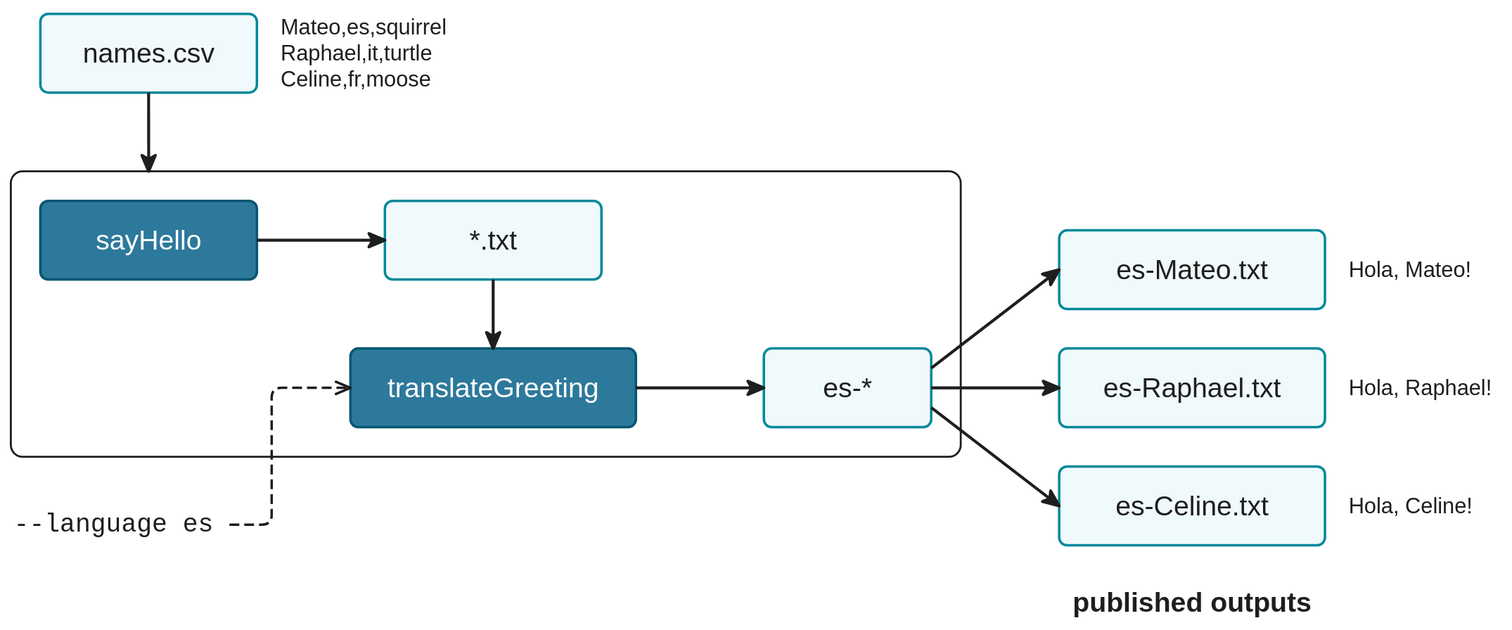
This is docs/en/docs/hello_nextflow/img/hello-multistep-language.drawio.svg from nextflow-io/training, a draw.io export, as it was before one commit. Source tidied: cells renumbered, new cells last; positions are measured from the earlier drawing's top-left corner, leaving out a move shared by most shapes. Its diagram source:
```xml
<mxGraphModel background="#ffffff">
  <root>
    <mxCell id="0" />
    <mxCell id="1" parent="0" />
    <mxCell id="2" style="rounded=1;absoluteArcSize=1;arcSize=24;whiteSpace=nowrap;html=0;fillColor=none;strokeColor=#1e1e1e;strokeWidth=2;" parent="1" vertex="1">
      <mxGeometry x="1" y="164" width="965" height="290" as="geometry" />
    </mxCell>
    <mxCell id="3" value="sayHello" style="rounded=1;absoluteArcSize=1;arcSize=16;whiteSpace=nowrap;html=0;fontFamily=Helvetica;fontSize=28;fillColor=#2d799b;strokeColor=#055672;fontColor=#ffffff;strokeWidth=2.5;" parent="2" vertex="1">
      <mxGeometry x="30" y="30" width="220" height="80" as="geometry" />
    </mxCell>
    <mxCell id="4" value="*.txt" style="rounded=1;absoluteArcSize=1;arcSize=16;whiteSpace=nowrap;html=0;fontFamily=Helvetica;fontSize=28;fillColor=#f0f9fb;strokeColor=#02899a;fontColor=#1e1e1e;strokeWidth=2.5;" parent="2" vertex="1">
      <mxGeometry x="380" y="30" width="220" height="80" as="geometry" />
    </mxCell>
    <mxCell id="5" value="translateGreeting" style="rounded=1;absoluteArcSize=1;arcSize=16;whiteSpace=nowrap;html=0;fontFamily=Helvetica;fontSize=28;fillColor=#2d799b;strokeColor=#055672;fontColor=#ffffff;strokeWidth=2.5;" parent="2" vertex="1">
      <mxGeometry x="345" y="180" width="290" height="80" as="geometry" />
    </mxCell>
    <mxCell id="6" value="es-*" style="rounded=1;absoluteArcSize=1;arcSize=16;whiteSpace=nowrap;html=0;fontFamily=Helvetica;fontSize=28;fillColor=#f0f9fb;strokeColor=#02899a;fontColor=#1e1e1e;strokeWidth=2.5;" parent="2" vertex="1">
      <mxGeometry x="765" y="180" width="170" height="80" as="geometry" />
    </mxCell>
    <mxCell id="7" style="edgeStyle=none;html=0;endArrow=classic;endFill=1;strokeColor=#1e1e1e;exitX=0.5;exitY=1;exitDx=0;exitDy=0;entryY=0;entryDy=0;entryDx=0;entryX=0.5;strokeWidth=3;endSize=12;" parent="2" edge="1" source="4" target="5">
      <mxGeometry relative="1" as="geometry" />
    </mxCell>
    <mxCell id="8" style="edgeStyle=none;html=0;endArrow=classic;endFill=1;strokeColor=#1e1e1e;exitX=1;exitY=0.5;entryX=0;entryY=0.5;exitDx=0;exitDy=0;entryDx=0;entryDy=0;strokeWidth=3;endSize=12;" parent="2" edge="1" source="5" target="6">
      <mxGeometry relative="1" as="geometry" />
    </mxCell>
    <mxCell id="9" style="edgeStyle=none;html=0;endArrow=classic;endFill=1;strokeColor=#1e1e1e;exitX=1;exitY=0.5;entryX=0;entryY=0.5;exitDx=0;exitDy=0;entryDx=0;entryDy=0;strokeWidth=3;endSize=12;" parent="2" edge="1" source="3" target="4">
      <mxGeometry relative="1" as="geometry" />
    </mxCell>
    <mxCell id="10" value="names.csv" style="rounded=1;absoluteArcSize=1;arcSize=16;whiteSpace=nowrap;html=0;fontFamily=Helvetica;fontSize=28;fillColor=#f0f9fb;strokeColor=#02899a;fontColor=#1e1e1e;strokeWidth=2.5;" parent="1" vertex="1">
      <mxGeometry x="31" y="4" width="220" height="80" as="geometry" />
    </mxCell>
    <mxCell id="11" value="Mateo,es,squirrel&#10;Raphael,it,turtle&#10;Celine,fr,moose" style="text;html=0;align=left;verticalAlign=middle;whiteSpace=nowrap;spacing=0;spacingLeft=4;fontFamily=Helvetica;fontSize=22;fontColor=#1e1e1e;" parent="1" vertex="1">
      <mxGeometry x="271" width="220" height="88" as="geometry" />
    </mxCell>
    <mxCell id="12" style="edgeStyle=none;html=0;endArrow=classic;endFill=1;strokeColor=#1e1e1e;exitY=1;exitDx=0;exitDy=0;entryY=0;entryDy=0;entryDx=0;exitX=0.5;entryX=0.1451;strokeWidth=3;endSize=12;" parent="1" edge="1" source="10" target="2">
      <mxGeometry relative="1" as="geometry" />
    </mxCell>
    <mxCell id="13" value="--language es" style="text;html=0;align=left;verticalAlign=middle;whiteSpace=nowrap;spacing=0;spacingLeft=4;fontSize=26;fontFamily=Menlo;fontColor=#1e1e1e;" parent="1" vertex="1">
      <mxGeometry y="504" width="223.1" height="38" as="geometry" />
    </mxCell>
    <mxCell id="14" style="edgeStyle=orthogonalEdgeStyle;rounded=1;arcSize=40;html=0;exitDx=0;exitDy=0;entryDx=0;entryDy=0;dashed=1;endArrow=open;endFill=0;exitX=1;exitY=0.5;entryX=0;entryY=0.5;strokeWidth=2.5;endSize=12;strokeColor=#1e1e1e;dashPattern=4 2;" parent="1" edge="1" source="13" target="5">
      <mxGeometry x="-0.03" relative="1" as="geometry">
        <Array as="points">
          <mxPoint x="266" y="523" />
          <mxPoint x="266" y="384" />
        </Array>
      </mxGeometry>
    </mxCell>
    <mxCell id="15" value="es-Mateo.txt" style="rounded=1;absoluteArcSize=1;arcSize=16;fillColor=#f0f9fb;strokeColor=#02899a;strokeWidth=2.5;fontFamily=Helvetica;fontSize=28;fontColor=#1e1e1e;html=0;whiteSpace=nowrap;" parent="1" vertex="1">
      <mxGeometry x="1066" y="224" width="270" height="80" as="geometry" />
    </mxCell>
    <mxCell id="16" value="Hola, Mateo!" style="text;align=left;verticalAlign=middle;spacing=0;spacingLeft=4;fontFamily=Helvetica;fontSize=22;fontColor=#1e1e1e;html=0;whiteSpace=nowrap;" parent="1" vertex="1">
      <mxGeometry x="1356" y="247" width="160" height="34" as="geometry" />
    </mxCell>
    <mxCell id="17" style="edgeStyle=none;html=0;strokeColor=#1e1e1e;endSize=12;strokeWidth=3;endArrow=classic;endFill=1;exitX=1;exitY=0.25;exitDx=0;exitDy=0;entryX=0;entryY=0.5;entryDx=0;entryDy=0;" parent="1" edge="1" source="6" target="15">
      <mxGeometry relative="1" as="geometry" />
    </mxCell>
    <mxCell id="18" value="es-Raphael.txt" style="rounded=1;absoluteArcSize=1;arcSize=16;fillColor=#f0f9fb;strokeColor=#02899a;strokeWidth=2.5;fontFamily=Helvetica;fontSize=28;fontColor=#1e1e1e;html=0;whiteSpace=nowrap;" parent="1" vertex="1">
      <mxGeometry x="1066" y="344" width="270" height="80" as="geometry" />
    </mxCell>
    <mxCell id="19" value="Hola, Raphael!" style="text;align=left;verticalAlign=middle;spacing=0;spacingLeft=4;fontFamily=Helvetica;fontSize=22;fontColor=#1e1e1e;html=0;whiteSpace=nowrap;" parent="1" vertex="1">
      <mxGeometry x="1356" y="367" width="160" height="34" as="geometry" />
    </mxCell>
    <mxCell id="20" style="edgeStyle=none;html=0;strokeColor=#1e1e1e;endSize=12;strokeWidth=3;endArrow=classic;endFill=1;exitX=1;exitY=0.5;exitDx=0;exitDy=0;entryX=0;entryY=0.5;entryDx=0;entryDy=0;" parent="1" edge="1" source="6" target="18">
      <mxGeometry relative="1" as="geometry" />
    </mxCell>
    <mxCell id="21" value="es-Celine.txt" style="rounded=1;absoluteArcSize=1;arcSize=16;fillColor=#f0f9fb;strokeColor=#02899a;strokeWidth=2.5;fontFamily=Helvetica;fontSize=28;fontColor=#1e1e1e;html=0;whiteSpace=nowrap;" parent="1" vertex="1">
      <mxGeometry x="1066" y="464" width="270" height="80" as="geometry" />
    </mxCell>
    <mxCell id="22" value="Hola, Celine!" style="text;align=left;verticalAlign=middle;spacing=0;spacingLeft=4;fontFamily=Helvetica;fontSize=22;fontColor=#1e1e1e;html=0;whiteSpace=nowrap;" parent="1" vertex="1">
      <mxGeometry x="1356" y="487" width="160" height="34" as="geometry" />
    </mxCell>
    <mxCell id="23" style="edgeStyle=none;html=0;strokeColor=#1e1e1e;endSize=12;strokeWidth=3;endArrow=classic;endFill=1;exitX=1;exitY=0.75;exitDx=0;exitDy=0;entryX=0;entryY=0.5;entryDx=0;entryDy=0;" parent="1" edge="1" source="6" target="21">
      <mxGeometry relative="1" as="geometry" />
    </mxCell>
    <mxCell id="24" value="published outputs" style="text;align=center;verticalAlign=middle;fontFamily=Helvetica;fontSize=28;fontStyle=1;fontColor=#1e1e1e;html=0;whiteSpace=nowrap;" parent="1" vertex="1">
      <mxGeometry x="1066" y="584" width="270" height="36" as="geometry" />
    </mxCell>
  </root>
</mxGraphModel>
```
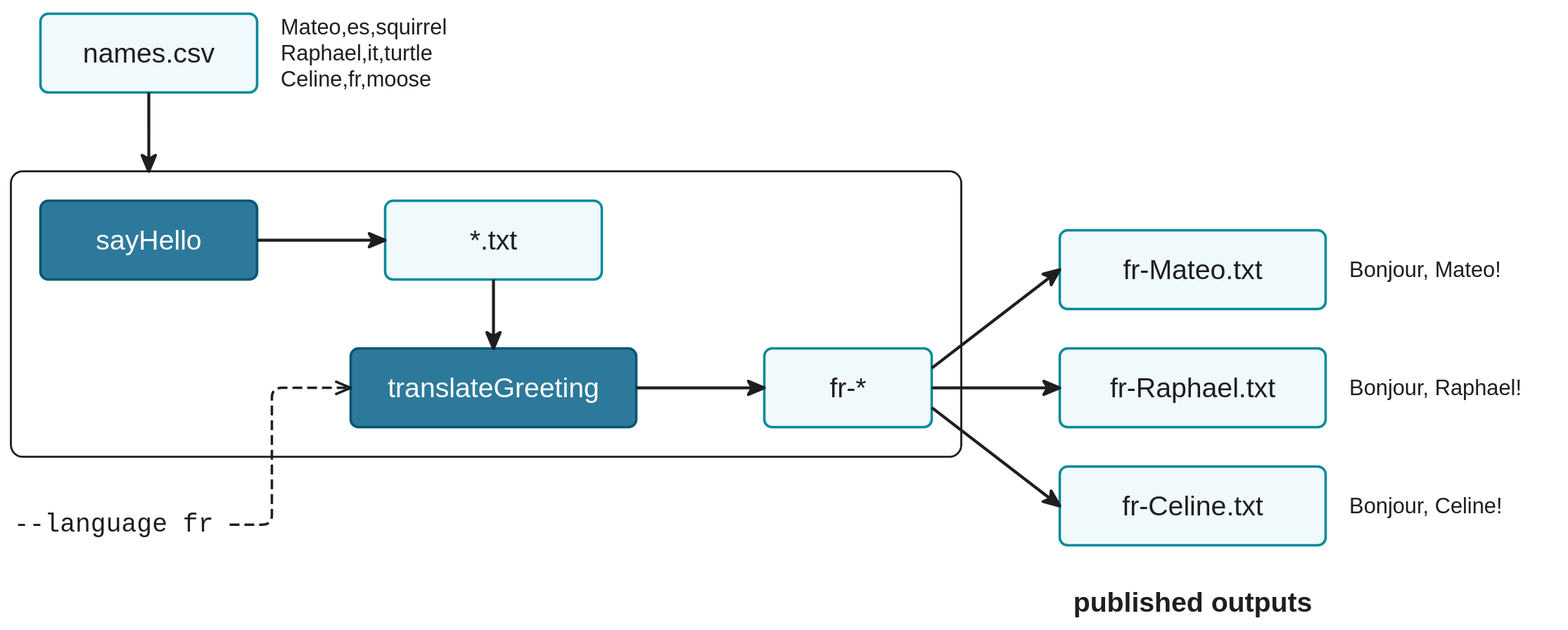
Above is the later version.

Commit message:
docs(hello_nextflow): restructure Hello Workflow sections; continue in French

The edit, as a diff of the source:
```diff
@@ -14,7 +14,7 @@
     <mxCell id="5" value="translateGreeting" style="rounded=1;absoluteArcSize=1;arcSize=16;whiteSpace=nowrap;html=0;fontFamily=Helvetica;fontSize=28;fillColor=#2d799b;strokeColor=#055672;fontColor=#ffffff;strokeWidth=2.5;" parent="2" vertex="1">
       <mxGeometry x="345" y="180" width="290" height="80" as="geometry" />
     </mxCell>
-    <mxCell id="6" value="es-*" style="rounded=1;absoluteArcSize=1;arcSize=16;whiteSpace=nowrap;html=0;fontFamily=Helvetica;fontSize=28;fillColor=#f0f9fb;strokeColor=#02899a;fontColor=#1e1e1e;strokeWidth=2.5;" parent="2" vertex="1">
+    <mxCell id="6" value="fr-*" style="rounded=1;absoluteArcSize=1;arcSize=16;whiteSpace=nowrap;html=0;fontFamily=Helvetica;fontSize=28;fillColor=#f0f9fb;strokeColor=#02899a;fontColor=#1e1e1e;strokeWidth=2.5;" parent="2" vertex="1">
       <mxGeometry x="765" y="180" width="170" height="80" as="geometry" />
     </mxCell>
     <mxCell id="7" style="edgeStyle=none;html=0;endArrow=classic;endFill=1;strokeColor=#1e1e1e;exitX=0.5;exitY=1;exitDx=0;exitDy=0;entryY=0;entryDy=0;entryDx=0;entryX=0.5;strokeWidth=3;endSize=12;" parent="2" edge="1" source="4" target="5">
@@ -35,7 +35,7 @@
     <mxCell id="12" style="edgeStyle=none;html=0;endArrow=classic;endFill=1;strokeColor=#1e1e1e;exitY=1;exitDx=0;exitDy=0;entryY=0;entryDy=0;entryDx=0;exitX=0.5;entryX=0.1451;strokeWidth=3;endSize=12;" parent="1" edge="1" source="10" target="2">
       <mxGeometry relative="1" as="geometry" />
     </mxCell>
-    <mxCell id="13" value="--language es" style="text;html=0;align=left;verticalAlign=middle;whiteSpace=nowrap;spacing=0;spacingLeft=4;fontSize=26;fontFamily=Menlo;fontColor=#1e1e1e;" parent="1" vertex="1">
+    <mxCell id="13" value="--language fr" style="text;html=0;align=left;verticalAlign=middle;whiteSpace=nowrap;spacing=0;spacingLeft=4;fontSize=26;fontFamily=Menlo;fontColor=#1e1e1e;" parent="1" vertex="1">
       <mxGeometry y="504" width="223.1" height="38" as="geometry" />
     </mxCell>
     <mxCell id="14" style="edgeStyle=orthogonalEdgeStyle;rounded=1;arcSize=40;html=0;exitDx=0;exitDy=0;entryDx=0;entryDy=0;dashed=1;endArrow=open;endFill=0;exitX=1;exitY=0.5;entryX=0;entryY=0.5;strokeWidth=2.5;endSize=12;strokeColor=#1e1e1e;dashPattern=4 2;" parent="1" edge="1" source="13" target="5">
@@ -46,29 +46,29 @@
         </Array>
       </mxGeometry>
     </mxCell>
-    <mxCell id="15" value="es-Mateo.txt" style="rounded=1;absoluteArcSize=1;arcSize=16;fillColor=#f0f9fb;strokeColor=#02899a;strokeWidth=2.5;fontFamily=Helvetica;fontSize=28;fontColor=#1e1e1e;html=0;whiteSpace=nowrap;" parent="1" vertex="1">
+    <mxCell id="15" value="fr-Mateo.txt" style="rounded=1;absoluteArcSize=1;arcSize=16;fillColor=#f0f9fb;strokeColor=#02899a;strokeWidth=2.5;fontFamily=Helvetica;fontSize=28;fontColor=#1e1e1e;html=0;whiteSpace=nowrap;" parent="1" vertex="1">
       <mxGeometry x="1066" y="224" width="270" height="80" as="geometry" />
     </mxCell>
-    <mxCell id="16" value="Hola, Mateo!" style="text;align=left;verticalAlign=middle;spacing=0;spacingLeft=4;fontFamily=Helvetica;fontSize=22;fontColor=#1e1e1e;html=0;whiteSpace=nowrap;" parent="1" vertex="1">
-      <mxGeometry x="1356" y="247" width="160" height="34" as="geometry" />
+    <mxCell id="16" value="Bonjour, Mateo!" style="text;align=left;verticalAlign=middle;spacing=0;spacingLeft=4;fontFamily=Helvetica;fontSize=22;fontColor=#1e1e1e;html=0;whiteSpace=nowrap;" parent="1" vertex="1">
+      <mxGeometry x="1356" y="247" width="192" height="34" as="geometry" />
     </mxCell>
     <mxCell id="17" style="edgeStyle=none;html=0;strokeColor=#1e1e1e;endSize=12;strokeWidth=3;endArrow=classic;endFill=1;exitX=1;exitY=0.25;exitDx=0;exitDy=0;entryX=0;entryY=0.5;entryDx=0;entryDy=0;" parent="1" edge="1" source="6" target="15">
       <mxGeometry relative="1" as="geometry" />
     </mxCell>
-    <mxCell id="18" value="es-Raphael.txt" style="rounded=1;absoluteArcSize=1;arcSize=16;fillColor=#f0f9fb;strokeColor=#02899a;strokeWidth=2.5;fontFamily=Helvetica;fontSize=28;fontColor=#1e1e1e;html=0;whiteSpace=nowrap;" parent="1" vertex="1">
+    <mxCell id="18" value="fr-Raphael.txt" style="rounded=1;absoluteArcSize=1;arcSize=16;fillColor=#f0f9fb;strokeColor=#02899a;strokeWidth=2.5;fontFamily=Helvetica;fontSize=28;fontColor=#1e1e1e;html=0;whiteSpace=nowrap;" parent="1" vertex="1">
       <mxGeometry x="1066" y="344" width="270" height="80" as="geometry" />
     </mxCell>
-    <mxCell id="19" value="Hola, Raphael!" style="text;align=left;verticalAlign=middle;spacing=0;spacingLeft=4;fontFamily=Helvetica;fontSize=22;fontColor=#1e1e1e;html=0;whiteSpace=nowrap;" parent="1" vertex="1">
-      <mxGeometry x="1356" y="367" width="160" height="34" as="geometry" />
+    <mxCell id="19" value="Bonjour, Raphael!" style="text;align=left;verticalAlign=middle;spacing=0;spacingLeft=4;fontFamily=Helvetica;fontSize=22;fontColor=#1e1e1e;html=0;whiteSpace=nowrap;" parent="1" vertex="1">
+      <mxGeometry x="1356" y="367" width="216" height="34" as="geometry" />
     </mxCell>
     <mxCell id="20" style="edgeStyle=none;html=0;strokeColor=#1e1e1e;endSize=12;strokeWidth=3;endArrow=classic;endFill=1;exitX=1;exitY=0.5;exitDx=0;exitDy=0;entryX=0;entryY=0.5;entryDx=0;entryDy=0;" parent="1" edge="1" source="6" target="18">
       <mxGeometry relative="1" as="geometry" />
     </mxCell>
-    <mxCell id="21" value="es-Celine.txt" style="rounded=1;absoluteArcSize=1;arcSize=16;fillColor=#f0f9fb;strokeColor=#02899a;strokeWidth=2.5;fontFamily=Helvetica;fontSize=28;fontColor=#1e1e1e;html=0;whiteSpace=nowrap;" parent="1" vertex="1">
+    <mxCell id="21" value="fr-Celine.txt" style="rounded=1;absoluteArcSize=1;arcSize=16;fillColor=#f0f9fb;strokeColor=#02899a;strokeWidth=2.5;fontFamily=Helvetica;fontSize=28;fontColor=#1e1e1e;html=0;whiteSpace=nowrap;" parent="1" vertex="1">
       <mxGeometry x="1066" y="464" width="270" height="80" as="geometry" />
     </mxCell>
-    <mxCell id="22" value="Hola, Celine!" style="text;align=left;verticalAlign=middle;spacing=0;spacingLeft=4;fontFamily=Helvetica;fontSize=22;fontColor=#1e1e1e;html=0;whiteSpace=nowrap;" parent="1" vertex="1">
-      <mxGeometry x="1356" y="487" width="160" height="34" as="geometry" />
+    <mxCell id="22" value="Bonjour, Celine!" style="text;align=left;verticalAlign=middle;spacing=0;spacingLeft=4;fontFamily=Helvetica;fontSize=22;fontColor=#1e1e1e;html=0;whiteSpace=nowrap;" parent="1" vertex="1">
+      <mxGeometry x="1356" y="487" width="204" height="34" as="geometry" />
     </mxCell>
     <mxCell id="23" style="edgeStyle=none;html=0;strokeColor=#1e1e1e;endSize=12;strokeWidth=3;endArrow=classic;endFill=1;exitX=1;exitY=0.75;exitDx=0;exitDy=0;entryX=0;entryY=0.5;entryDx=0;entryDy=0;" parent="1" edge="1" source="6" target="21">
       <mxGeometry relative="1" as="geometry" />
```
